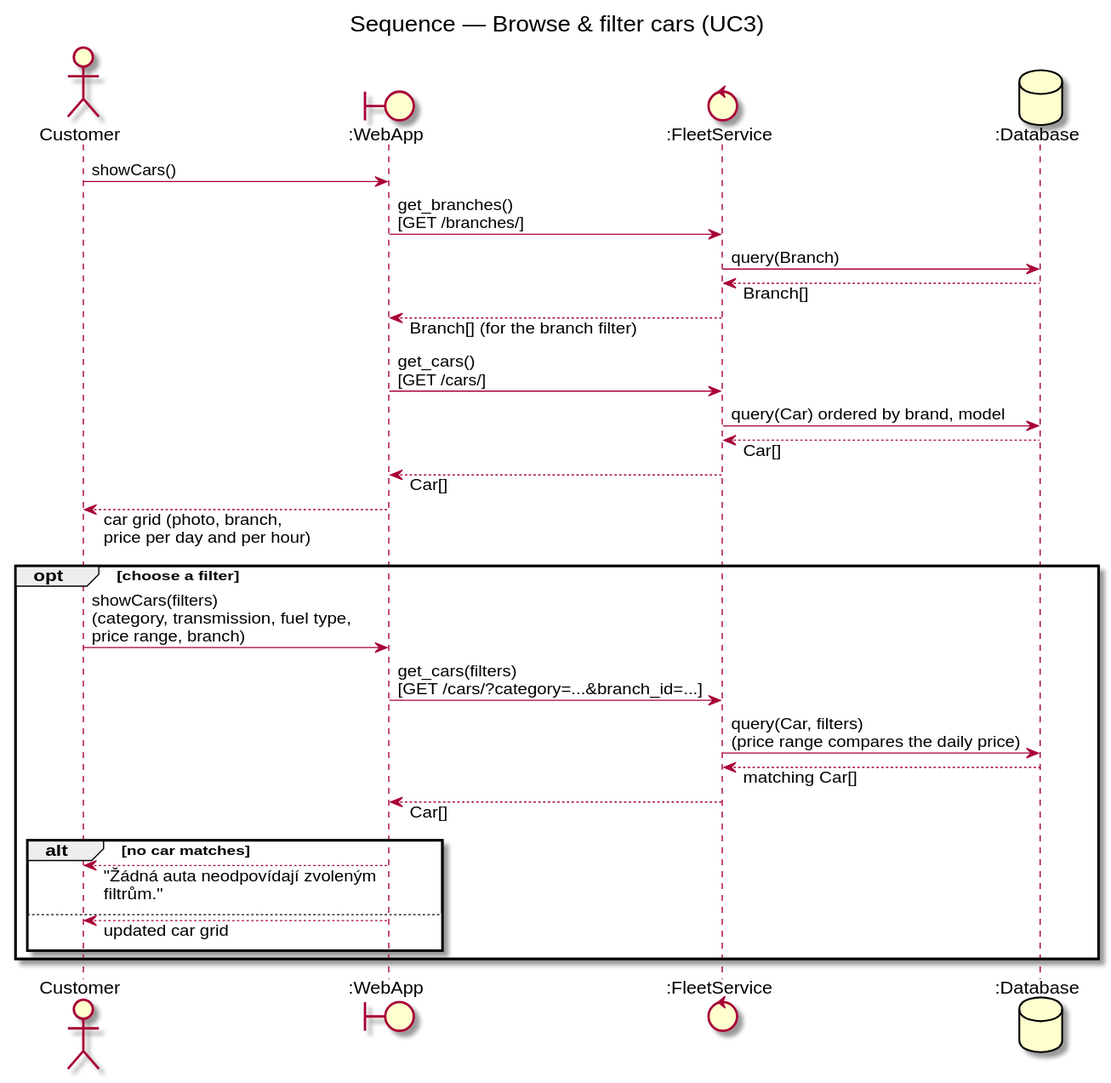
DavidMagyarics/CarRentalVSB keeps this PlantUML diagram as docs/diagrams/sequence-browse-cars.svg. Above is the earlier version.
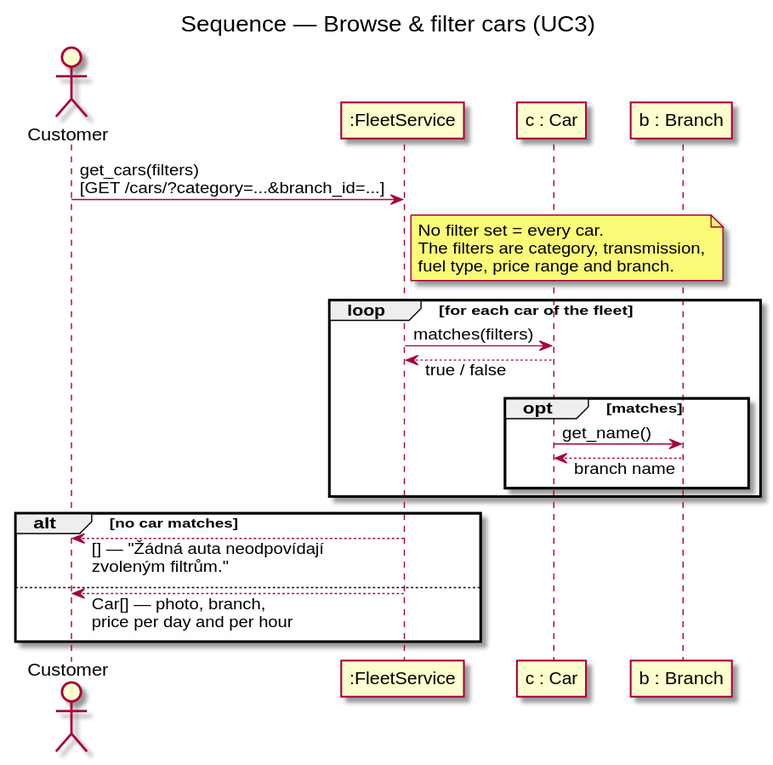
After the commit.

Change to the diagram source:
```diff
@@ -4,31 +4,28 @@
 skinparam maxMessageSize 260
 title Sequence — Browse & filter cars (UC3)
 actor Customer
-boundary ":WebApp" as Web
-control ":FleetService" as Fleet
-database ":Database" as DB
+participant ":FleetService" as Fleet
+participant "c : Car" as C
+participant "b : Branch" as B
 
-Customer -> Web : showCars()
-Web -> Fleet : get_branches()\n[GET /branches/]
-Fleet -> DB : query(Branch)
-DB --> Fleet : Branch[]
-Fleet --> Web : Branch[] (for the branch filter)
-Web -> Fleet : get_cars()\n[GET /cars/]
-Fleet -> DB : query(Car) ordered by brand, model
-DB --> Fleet : Car[]
-Fleet --> Web : Car[]
-Web --> Customer : car grid (photo, branch,\nprice per day and per hour)
-
-opt choose a filter
-  Customer -> Web : showCars(filters)\n(category, transmission, fuel type,\nprice range, branch)
-  Web -> Fleet : get_cars(filters)\n[GET /cars/?category=...&branch_id=...]
-  Fleet -> DB : query(Car, filters)\n(price range compares the daily price)
-  DB --> Fleet : matching Car[]
-  Fleet --> Web : Car[]
-  alt no car matches
-    Web --> Customer : "Žádná auta neodpovídají zvoleným filtrům."
-  else
-    Web --> Customer : updated car grid
+Customer -> Fleet : get_cars(filters)\n[GET /cars/?category=...&branch_id=...]
+note right of Fleet
+  No filter set = every car.
+  The filters are category, transmission,
+  fuel type, price range and branch.
+end note
+loop for each car of the fleet
+  Fleet -> C : matches(filters)
+  C --> Fleet : true / false
+  opt matches
+    C -> B : get_name()
+    B --> C : branch name
   end
 end
+
+alt no car matches
+  Fleet --> Customer : [] — "Žádná auta neodpovídají\nzvoleným filtrům."
+else
+  Fleet --> Customer : Car[] — photo, branch,\nprice per day and per hour
+end
 @enduml
```
